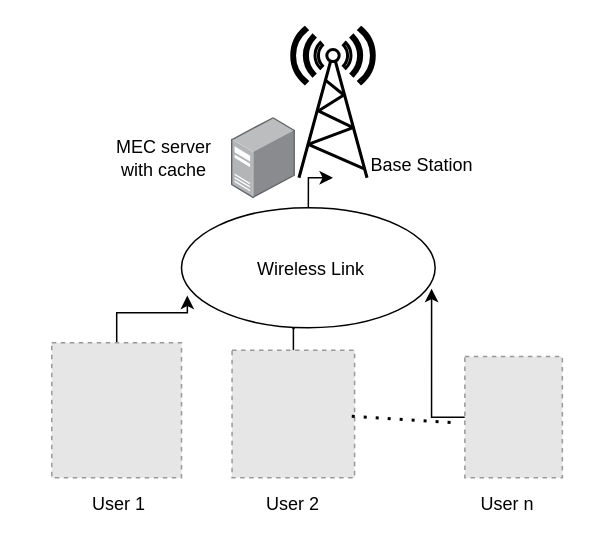
Above: ICC2024.drawio in gughets/mrleo (draw.io), before the change. Source tidied: cells renumbered, new cells numbered last; positions are measured from the earlier drawing's top-left corner, leaving out a move shared by most shapes. Both pictures are drawn from the tidied source at 150%, with x=0, y=0 at pixel (51, 27). Pictures stored in the file or linked from it are replaced by grey dashed boxes.
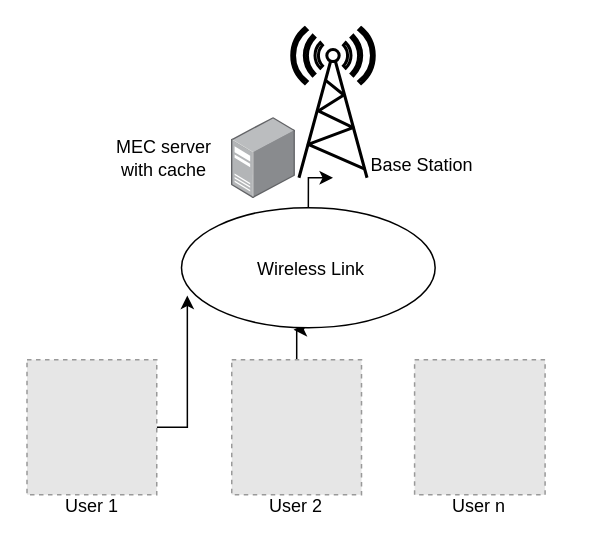
The same page after the edit.

The edit, as a diff of the source:
```diff
@@
 <mxGraphModel>
   <root>
     <mxCell id="0" />
     <mxCell id="1" parent="0" />
     <mxCell id="2" style="fontColor=#0066CC;verticalAlign=top;verticalLabelPosition=bottom;labelPosition=center;align=center;html=1;fillColor=#FFFFFF;strokeColor=#000000;gradientColor=none;gradientDirection=north;strokeWidth=2;shape=mxgraph.networks.radio_tower;rounded=1;shadow=0;comic=0;labelBackgroundColor=none;" parent="1" vertex="1">
       <mxGeometry x="160" width="55" height="100" as="geometry" />
     </mxCell>
     <mxCell id="3" style="image;html=1;align=center;shadow=0;dashed=0;image=img/lib/allied_telesis/computer_and_terminals/Server_Desktop.svg;" parent="1" vertex="1">
       <mxGeometry x="120" y="60" width="42.6" height="54" as="geometry" />
     </mxCell>
     <mxCell id="4" style="edgeStyle=orthogonalEdgeStyle;rounded=0;jettySize=auto;html=1;entryX=0.023;entryY=0.732;entryDx=0;entryDy=0;entryPerimeter=0;" parent="1" edge="1" source="5" target="11">
       <mxGeometry relative="1" as="geometry" />
     </mxCell>
     <mxCell id="5" style="fillColor=#E6E6E6;strokeColor=#999999;dashed=1;verticalLabelPosition=bottom;labelBackgroundColor=default;verticalAlign=top;" parent="1" vertex="1">
-      <mxGeometry y="210" width="86.5" height="90" as="geometry" />
+      <mxGeometry x="-16.5" y="221.3" width="86.5" height="90" as="geometry" />
     </mxCell>
     <mxCell id="6" style="edgeStyle=orthogonalEdgeStyle;rounded=0;jettySize=auto;html=1;entryX=0.442;entryY=1.025;entryDx=0;entryDy=0;entryPerimeter=0;" parent="1" edge="1" source="7" target="11">
       <mxGeometry relative="1" as="geometry" />
     </mxCell>
     <mxCell id="7" style="fillColor=#E6E6E6;strokeColor=#999999;dashed=1;verticalLabelPosition=bottom;labelBackgroundColor=default;verticalAlign=top;" parent="1" vertex="1">
-      <mxGeometry x="120.2" y="215" width="81.7" height="85" as="geometry" />
+      <mxGeometry x="120" y="221.3" width="86.5" height="90" as="geometry" />
     </mxCell>
-    <mxCell id="8" style="edgeStyle=orthogonalEdgeStyle;rounded=0;jettySize=auto;html=1;entryX=0.986;entryY=0.675;entryDx=0;entryDy=0;entryPerimeter=0;" parent="1" edge="1" source="9" target="11">
-      <mxGeometry relative="1" as="geometry" />
-    </mxCell>
-    <mxCell id="9" style="fillColor=#E6E6E6;strokeColor=#999999;dashed=1;verticalLabelPosition=bottom;labelBackgroundColor=default;verticalAlign=top;" parent="1" vertex="1">
-      <mxGeometry x="275.4" y="219.2" width="65" height="80.8" as="geometry" />
-    </mxCell>
     <mxCell id="10" style="edgeStyle=orthogonalEdgeStyle;rounded=0;jettySize=auto;html=1;" parent="1" edge="1" source="11" target="2">
       <mxGeometry relative="1" as="geometry" />
     </mxCell>
     <mxCell id="11" style="ellipse;whiteSpace=wrap;html=1;" parent="1" vertex="1">
       <mxGeometry x="86.5" y="120" width="169.1" height="80" as="geometry" />
     </mxCell>
     <mxCell id="12" value="&lt;div&gt;Wireless Link&lt;/div&gt;&lt;div&gt;&lt;br&gt;&lt;/div&gt;" style="text;html=1;strokeColor=none;fillColor=none;align=center;verticalAlign=middle;whiteSpace=wrap;rounded=0;" parent="1" vertex="1">
       <mxGeometry x="136.1" y="145" width="73.9" height="45" as="geometry" />
     </mxCell>
     <mxCell id="13" value="&lt;font style=&quot;font-size: 12px;&quot;&gt;MEC server&lt;br&gt;with cache&lt;/font&gt;" style="text;html=1;strokeColor=none;fillColor=none;align=center;verticalAlign=middle;whiteSpace=wrap;rounded=0;" parent="1" vertex="1">
       <mxGeometry x="30" y="79.2" width="90" height="15.5" as="geometry" />
     </mxCell>
     <mxCell id="14" value="User 1" style="text;html=1;strokeColor=none;fillColor=none;align=center;verticalAlign=middle;whiteSpace=wrap;rounded=0;" parent="1" vertex="1">
-      <mxGeometry x="20" y="310" width="50" height="15.5" as="geometry" />
+      <mxGeometry x="1.7" y="311.3" width="50" height="15.5" as="geometry" />
     </mxCell>
     <mxCell id="15" value="User 2" style="text;html=1;strokeColor=none;fillColor=none;align=center;verticalAlign=middle;whiteSpace=wrap;rounded=0;" parent="1" vertex="1">
-      <mxGeometry x="136.1" y="310" width="50" height="15.5" as="geometry" />
+      <mxGeometry x="138.3" y="311.3" width="50" height="15.5" as="geometry" />
     </mxCell>
     <mxCell id="16" value="User n" style="text;html=1;strokeColor=none;fillColor=none;align=center;verticalAlign=middle;whiteSpace=wrap;rounded=0;" parent="1" vertex="1">
-      <mxGeometry x="279.2" y="310" width="50" height="15.5" as="geometry" />
+      <mxGeometry x="260.4" y="311.3" width="50" height="15.5" as="geometry" />
     </mxCell>
-    <mxCell id="17" style="endArrow=none;dashed=1;html=1;dashPattern=1 3;strokeWidth=2;rounded=0;entryX=-0.061;entryY=0.549;entryDx=0;entryDy=0;entryPerimeter=0;" parent="1" edge="1" target="9">
-      <mxGeometry relative="1" as="geometry">
-        <mxPoint x="200" y="259" as="sourcePoint" />
-      </mxGeometry>
-    </mxCell>
     <mxCell id="18" value="Base Station" style="text;html=1;strokeColor=none;fillColor=none;align=center;verticalAlign=middle;whiteSpace=wrap;rounded=0;" parent="1" vertex="1">
       <mxGeometry x="202" y="84.5" width="90" height="15.5" as="geometry" />
     </mxCell>
+    <mxCell id="19" style="fillColor=#E6E6E6;strokeColor=#999999;dashed=1;verticalLabelPosition=bottom;labelBackgroundColor=default;verticalAlign=top;" parent="1" vertex="1">
+      <mxGeometry x="241.9" y="221.3" width="87" height="90" as="geometry" />
+    </mxCell>
   </root>
 </mxGraphModel>
```
